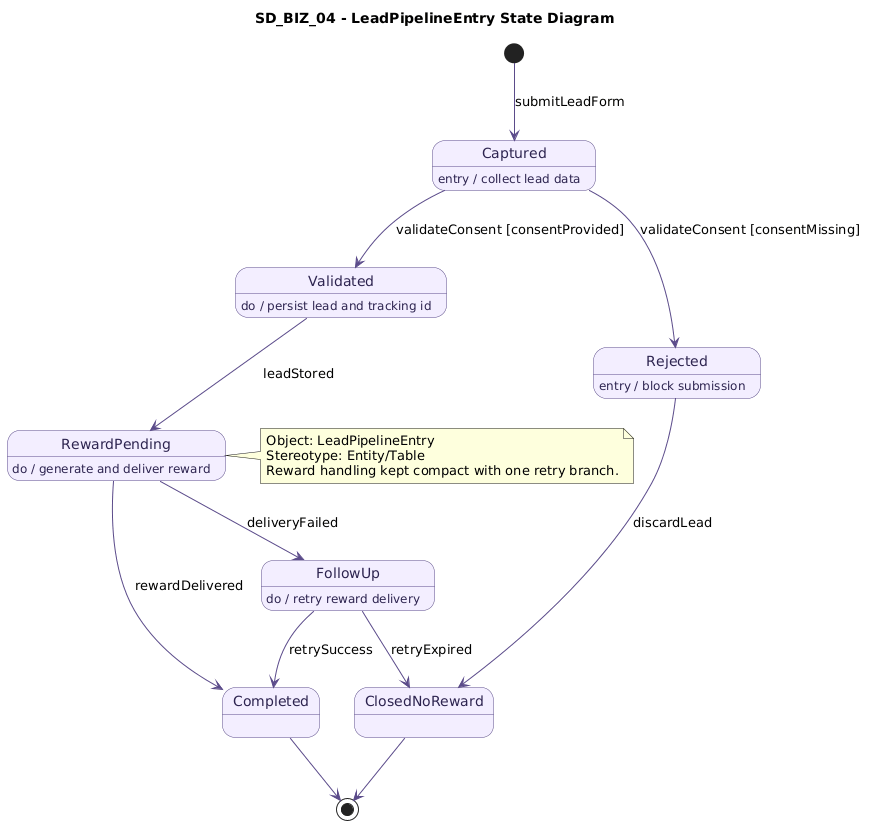
gorge-unc23/4ThePlot keeps this PlantUML diagram as State Diagrams/BusinessRole/SD_BIZ_04_Lead_Pipeline_Entry.png. Above is the earlier version.
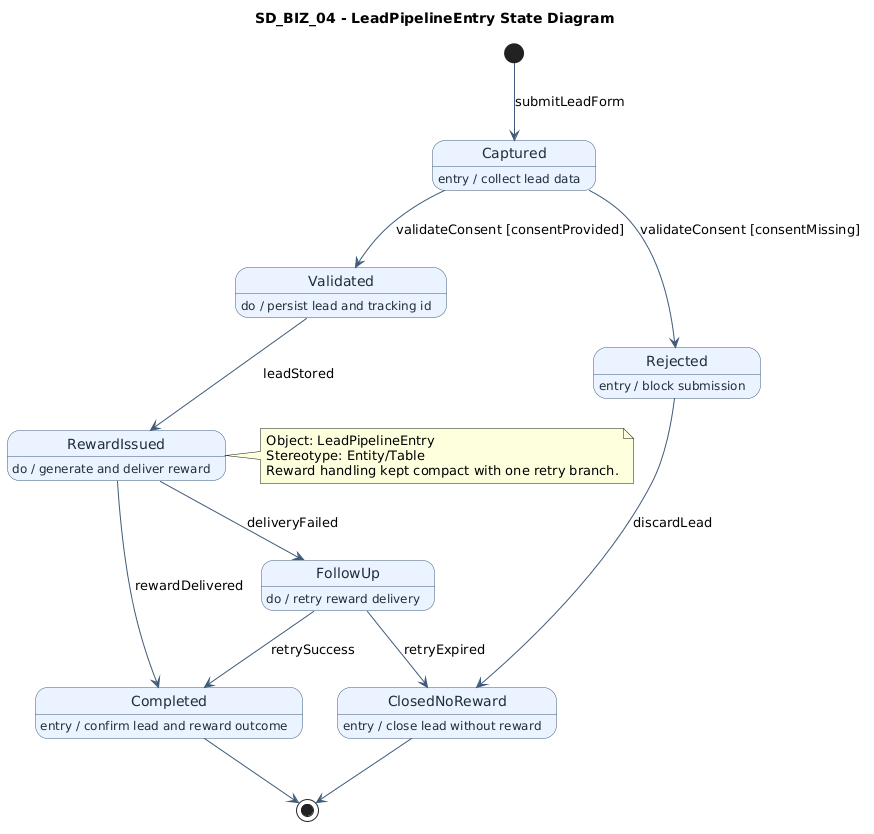
The same diagram one commit later.

What changed in the source:
```diff
@@ -3,10 +3,10 @@
 top to bottom direction
 
 skinparam state {
-  BackgroundColor #F3EEFF
-  BorderColor #5B4B8A
-  FontColor #2D2450
-  ArrowColor #5B4B8A
+  BackgroundColor #EAF3FF
+  BorderColor #3E5A78
+  FontColor #1F2D3A
+  ArrowColor #3E5A78
 }
 
 [*] -down-> Captured : submitLeadForm
@@ -18,12 +18,12 @@
 
 state Validated
 Validated : do / persist lead and tracking id
-Validated --> RewardPending : leadStored
+Validated --> RewardIssued : leadStored
 
-state RewardPending
-RewardPending : do / generate and deliver reward
-RewardPending --> Completed : rewardDelivered
-RewardPending --> FollowUp : deliveryFailed
+state RewardIssued
+RewardIssued : do / generate and deliver reward
+RewardIssued --> Completed : rewardDelivered
+RewardIssued --> FollowUp : deliveryFailed
 
 state FollowUp
 FollowUp : do / retry reward delivery
@@ -35,12 +35,14 @@
 Rejected --> ClosedNoReward : discardLead
 
 state Completed
+Completed : entry / confirm lead and reward outcome
 state ClosedNoReward
+ClosedNoReward : entry / close lead without reward
 
 Completed --> [*]
 ClosedNoReward --> [*]
 
-note right of RewardPending
+note right of RewardIssued
 Object: LeadPipelineEntry
 Stereotype: Entity/Table
 Reward handling kept compact with one retry branch.
```
